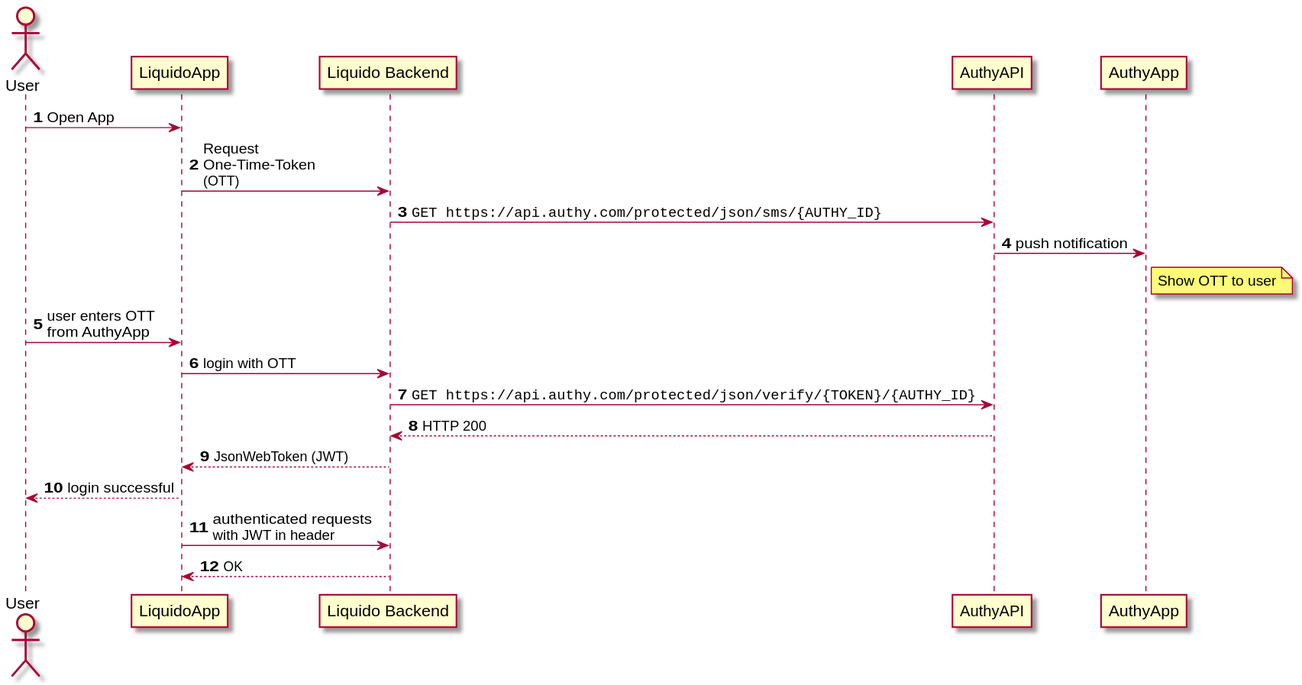
Before: doc/Liquido Authy Login Sequencel.svg, a diagram exported from PlantUML (Doogiemuc/liquido-backend-spring). Source of this version:
```plantuml
@startuml
autonumber

actor User
participant LiquidoApp
participant "Liquido Backend" as BE
participant AuthyAPI
participant AuthyApp

User -> LiquidoApp: Open App

LiquidoApp -> BE: Request\nOne-Time-Token\n(OTT)

BE -> AuthyAPI: ""GET https://api.authy.com/protected/json/sms/{AUTHY_ID}""
AuthyAPI -> AuthyApp: push notification

note right of AuthyApp: Show OTT to user

User -> LiquidoApp: user enters OTT\nfrom AuthyApp

LiquidoApp -> BE: login with OTT
BE -> AuthyAPI: ""GET https://api.authy.com/protected/json/verify/{TOKEN}/{AUTHY_ID}""
AuthyAPI --> BE: HTTP 200

BE --> LiquidoApp: JsonWebToken (JWT)
LiquidoApp --> User: login successful

LiquidoApp -> BE: authenticated requests\nwith JWT in header
BE --> LiquidoApp: OK
@enduml
```
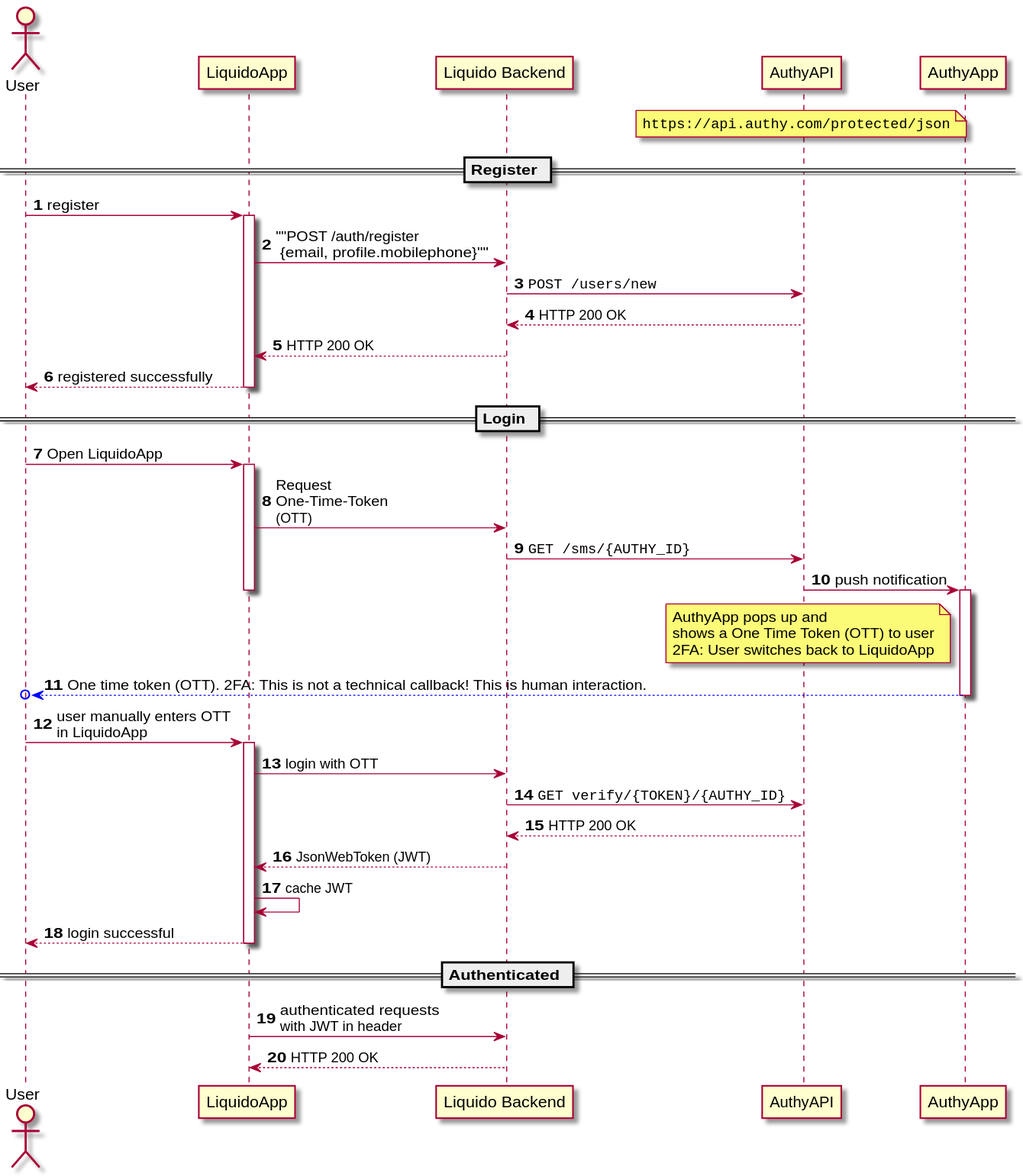
The same file after the commit.

Change to the diagram source:
```diff
@@ -7,24 +7,56 @@
 participant AuthyAPI
 participant AuthyApp
 
-User -> LiquidoApp: Open App
+note over AuthyAPI: ""https://api.authy.com/protected/json""
+
+== Register ==
+
+User -> LiquidoApp: register
+activate LiquidoApp
+
+LiquidoApp -> BE: ""POST /auth/register\n {email, profile.mobilephone}""
+
+BE -> AuthyAPI: ""POST /users/new""
+
+AuthyAPI --> BE: HTTP 200 OK
+
+BE --> LiquidoApp: HTTP 200 OK
+
+LiquidoApp --> User: registered successfully
+deactivate LiquidoApp
+
+== Login ==
+
+User -> LiquidoApp: Open LiquidoApp
+activate LiquidoApp
 
 LiquidoApp -> BE: Request\nOne-Time-Token\n(OTT)
 
-BE -> AuthyAPI: ""GET https://api.authy.com/protected/json/sms/{AUTHY_ID}""
+BE -> AuthyAPI: ""GET /sms/{AUTHY_ID}""
 AuthyAPI -> AuthyApp: push notification
+deactivate LiquidoApp
+activate AuthyApp
 
-note right of AuthyApp: Show OTT to user
 
-User -> LiquidoApp: user enters OTT\nfrom AuthyApp
+note left of AuthyApp: AuthyApp pops up and\nshows a One Time Token (OTT) to user\n2FA: User switches back to LiquidoApp
+
+AuthyApp -[#blue]->o User: One time token (OTT). 2FA: This is not a technical callback! This is human interaction.
+deactivate AuthyApp
+
+User -> LiquidoApp: user manually enters OTT\nin LiquidoApp
+activate LiquidoApp
 
 LiquidoApp -> BE: login with OTT
-BE -> AuthyAPI: ""GET https://api.authy.com/protected/json/verify/{TOKEN}/{AUTHY_ID}""
-AuthyAPI --> BE: HTTP 200
+BE -> AuthyAPI: ""GET verify/{TOKEN}/{AUTHY_ID}""
+AuthyAPI --> BE: HTTP 200 OK
 
 BE --> LiquidoApp: JsonWebToken (JWT)
+LiquidoApp -> LiquidoApp: cache JWT
 LiquidoApp --> User: login successful
+deactivate LiquidoApp
+
+== Authenticated ==
 
 LiquidoApp -> BE: authenticated requests\nwith JWT in header
-BE --> LiquidoApp: OK
+BE --> LiquidoApp: HTTP 200 OK
 @enduml
```
